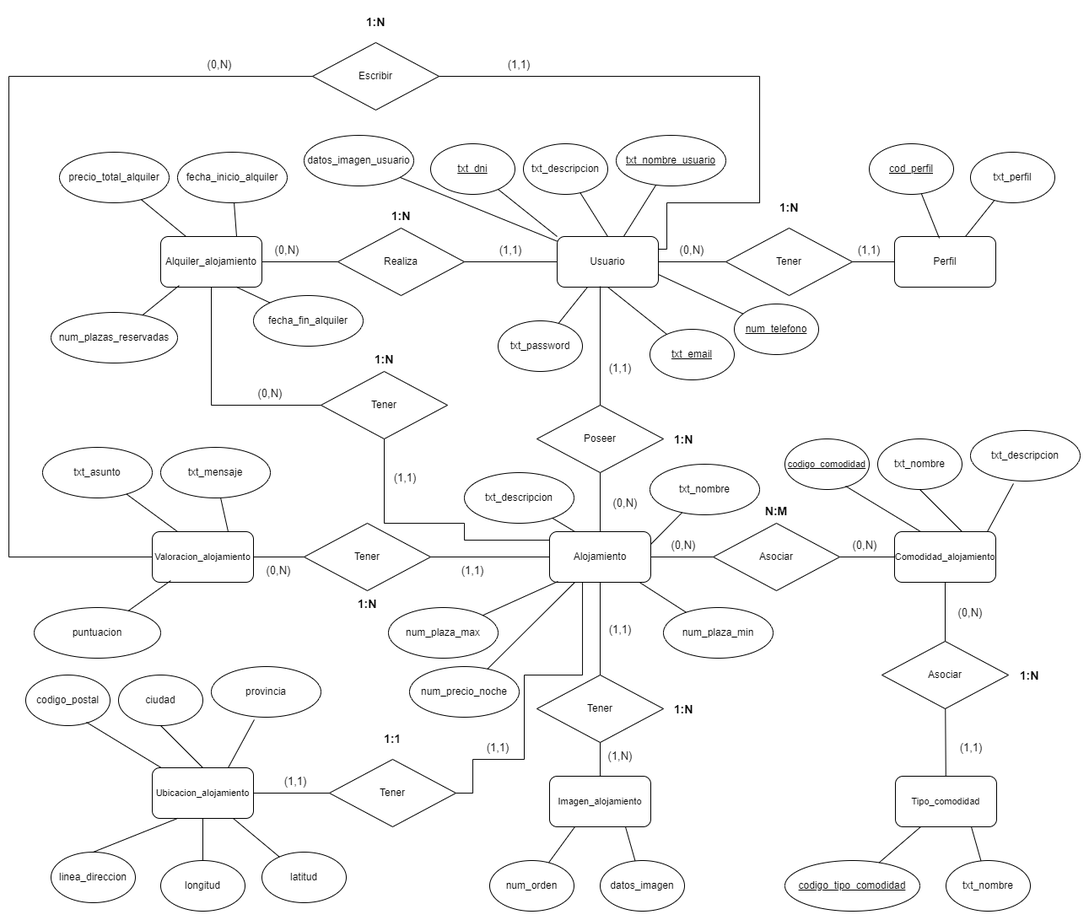
Earlier version of the draw.io export public-resources/Base de Datos/Diagrama Entidad-Relacion.png (Juan-Martinx/portal_del_viajero-PI-). Source tidied: cells renumbered, new cells last; positions are measured from the earlier drawing's top-left corner, leaving out a move shared by most shapes.
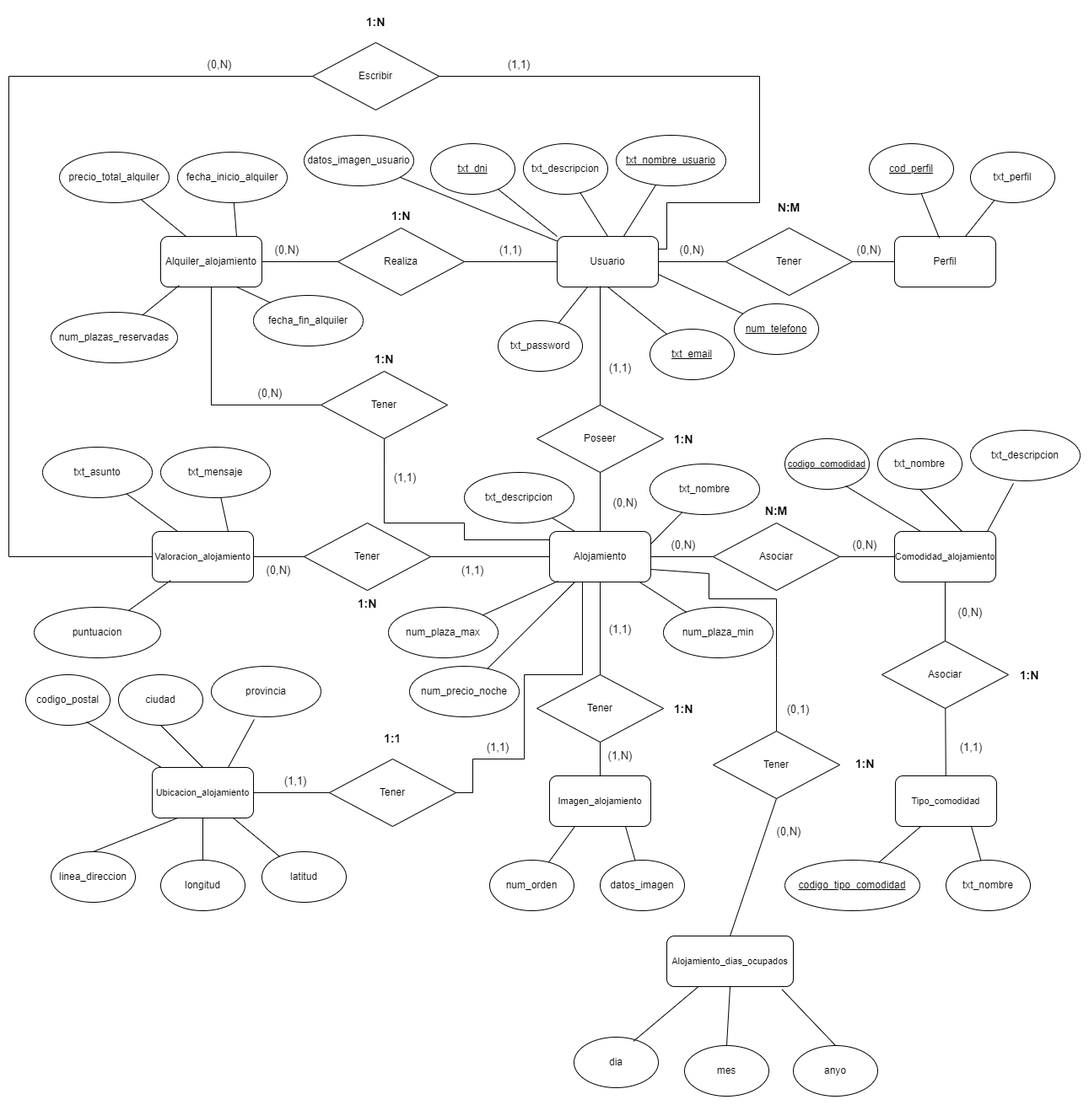
After the commit.

Commit message:
Cambios menores en el despliegue y algunos diagramas

What changed in the source:
```diff
@@ -37,10 +37,10 @@
     <mxCell id="12" value="&lt;font style=&quot;font-size: 13px;&quot;&gt;(0,N)&lt;/font&gt;" style="text;strokeColor=none;fillColor=none;html=1;align=center;verticalAlign=middle;whiteSpace=wrap;rounded=0;fontSize=16;" parent="1" vertex="1">
       <mxGeometry x="780" y="270" width="60" height="30" as="geometry" />
     </mxCell>
-    <mxCell id="13" value="&lt;font style=&quot;font-size: 13px;&quot;&gt;(1,1)&lt;/font&gt;" style="text;strokeColor=none;fillColor=none;html=1;align=center;verticalAlign=middle;whiteSpace=wrap;rounded=0;fontSize=16;" parent="1" vertex="1">
+    <mxCell id="13" value="&lt;font style=&quot;font-size: 13px;&quot;&gt;(0,N)&lt;/font&gt;" style="text;strokeColor=none;fillColor=none;html=1;align=center;verticalAlign=middle;whiteSpace=wrap;rounded=0;fontSize=16;" parent="1" vertex="1">
       <mxGeometry x="990" y="270" width="60" height="30" as="geometry" />
     </mxCell>
-    <mxCell id="14" value="&lt;font size=&quot;1&quot; style=&quot;&quot;&gt;&lt;b style=&quot;font-size: 14px;&quot;&gt;1:N&lt;/b&gt;&lt;/font&gt;" style="text;strokeColor=none;fillColor=none;html=1;align=center;verticalAlign=middle;whiteSpace=wrap;rounded=0;fontSize=16;" parent="1" vertex="1">
+    <mxCell id="14" value="&lt;font size=&quot;1&quot; style=&quot;&quot;&gt;&lt;b style=&quot;font-size: 14px;&quot;&gt;N:M&lt;/b&gt;&lt;/font&gt;" style="text;strokeColor=none;fillColor=none;html=1;align=center;verticalAlign=middle;whiteSpace=wrap;rounded=0;fontSize=16;" parent="1" vertex="1">
       <mxGeometry x="895" y="220" width="60" height="30" as="geometry" />
     </mxCell>
     <mxCell id="15" value="&lt;u&gt;txt_nombre_usuario&lt;/u&gt;" style="ellipse;whiteSpace=wrap;html=1;" parent="1" vertex="1">
@@ -451,5 +451,51 @@
     <mxCell id="139" value="&lt;font style=&quot;font-size: 14px;&quot;&gt;&lt;b&gt;1:N&lt;/b&gt;&lt;/font&gt;" style="text;strokeColor=none;fillColor=none;html=1;align=center;verticalAlign=middle;whiteSpace=wrap;rounded=0;fontSize=16;" parent="1" vertex="1">
       <mxGeometry x="1180" y="775" width="60" height="30" as="geometry" />
     </mxCell>
+    <mxCell id="140" value="Tener" style="rhombus;whiteSpace=wrap;html=1;" parent="1" vertex="1">
+      <mxGeometry x="835" y="857" width="150" height="80" as="geometry" />
+    </mxCell>
+    <mxCell id="141" value="&lt;font style=&quot;font-size: 13px;&quot;&gt;(0,N)&lt;/font&gt;" style="text;strokeColor=none;fillColor=none;html=1;align=center;verticalAlign=middle;whiteSpace=wrap;rounded=0;fontSize=16;" parent="1" vertex="1">
+      <mxGeometry x="895" y="960" width="60" height="30" as="geometry" />
+    </mxCell>
+    <mxCell id="142" value="&lt;font style=&quot;font-size: 11px;&quot;&gt;Alojamiento_dias_ocupados&lt;/font&gt;" style="rounded=1;whiteSpace=wrap;html=1;" parent="1" vertex="1">
+      <mxGeometry x="780" y="1100" width="150" height="60" as="geometry" />
+    </mxCell>
+    <mxCell id="143" style="endArrow=none;html=1;rounded=0;entryX=1;entryY=0.75;entryDx=0;entryDy=0;exitX=0.5;exitY=0;exitDx=0;exitDy=0;" parent="1" edge="1" source="140" target="31">
+      <mxGeometry relative="1" as="geometry">
+        <Array as="points">
+          <mxPoint x="910" y="770" />
+          <mxPoint x="910" y="700" />
+          <mxPoint x="830" y="700" />
+          <mxPoint x="830" y="670" />
+        </Array>
+      </mxGeometry>
+    </mxCell>
+    <mxCell id="144" style="endArrow=none;html=1;rounded=0;entryX=0.5;entryY=1;entryDx=0;entryDy=0;exitX=0.5;exitY=0;exitDx=0;exitDy=0;" parent="1" edge="1" source="142" target="140">
+      <mxGeometry relative="1" as="geometry" />
+    </mxCell>
+    <mxCell id="145" value="&lt;font style=&quot;font-size: 13px;&quot;&gt;(0,1)&lt;/font&gt;" style="text;strokeColor=none;fillColor=none;html=1;align=center;verticalAlign=middle;whiteSpace=wrap;rounded=0;fontSize=16;" parent="1" vertex="1">
+      <mxGeometry x="906" y="815" width="60" height="30" as="geometry" />
+    </mxCell>
+    <mxCell id="146" value="&lt;font style=&quot;font-size: 14px;&quot;&gt;&lt;b&gt;1:N&lt;/b&gt;&lt;/font&gt;" style="text;strokeColor=none;fillColor=none;html=1;align=center;verticalAlign=middle;whiteSpace=wrap;rounded=0;fontSize=16;" parent="1" vertex="1">
+      <mxGeometry x="985" y="880" width="60" height="30" as="geometry" />
+    </mxCell>
+    <mxCell id="147" value="dia" style="ellipse;whiteSpace=wrap;html=1;" parent="1" vertex="1">
+      <mxGeometry x="670" y="1220" width="100" height="60" as="geometry" />
+    </mxCell>
+    <mxCell id="148" style="endArrow=none;html=1;rounded=0;exitX=0.704;exitY=0.083;exitDx=0;exitDy=0;entryX=0.25;entryY=1;entryDx=0;entryDy=0;exitPerimeter=0;" parent="1" edge="1" source="147" target="142">
+      <mxGeometry relative="1" as="geometry" />
+    </mxCell>
+    <mxCell id="149" value="mes" style="ellipse;whiteSpace=wrap;html=1;" parent="1" vertex="1">
+      <mxGeometry x="801" y="1230" width="100" height="60" as="geometry" />
+    </mxCell>
+    <mxCell id="150" style="endArrow=none;html=1;rounded=0;exitX=0.5;exitY=0;exitDx=0;exitDy=0;entryX=0.5;entryY=1;entryDx=0;entryDy=0;" parent="1" edge="1" source="149" target="142">
+      <mxGeometry relative="1" as="geometry" />
+    </mxCell>
+    <mxCell id="151" value="anyo" style="ellipse;whiteSpace=wrap;html=1;" parent="1" vertex="1">
+      <mxGeometry x="930" y="1230" width="100" height="60" as="geometry" />
+    </mxCell>
+    <mxCell id="152" style="endArrow=none;html=1;rounded=0;exitX=0.5;exitY=0;exitDx=0;exitDy=0;entryX=0.91;entryY=1.055;entryDx=0;entryDy=0;entryPerimeter=0;" parent="1" edge="1" source="151" target="142">
+      <mxGeometry relative="1" as="geometry" />
+    </mxCell>
   </root>
 </mxGraphModel>
```
